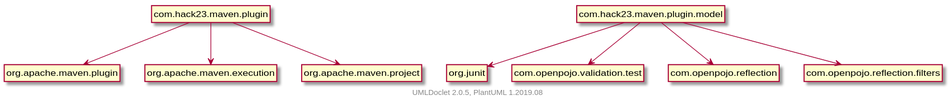
This is testapidocs/package-dependencies.svg from Hack23/sonar-quality-gates-maven-plugin, a PlantUML export, as it was before one commit.
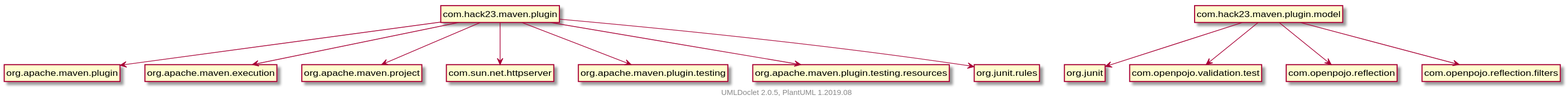
Later version of the same file.

Diff of the diagram source:
```diff
@@ -7,6 +7,10 @@
     com.hack23.maven.plugin --> org.apache.maven.plugin
     com.hack23.maven.plugin --> org.apache.maven.execution
     com.hack23.maven.plugin --> org.apache.maven.project
+    com.hack23.maven.plugin --> com.sun.net.httpserver
+    com.hack23.maven.plugin --> org.apache.maven.plugin.testing
+    com.hack23.maven.plugin --> org.apache.maven.plugin.testing.resources
+    com.hack23.maven.plugin --> org.junit.rules
     com.hack23.maven.plugin.model --> org.junit
     com.hack23.maven.plugin.model --> com.openpojo.validation.test
     com.hack23.maven.plugin.model --> com.openpojo.reflection
```
